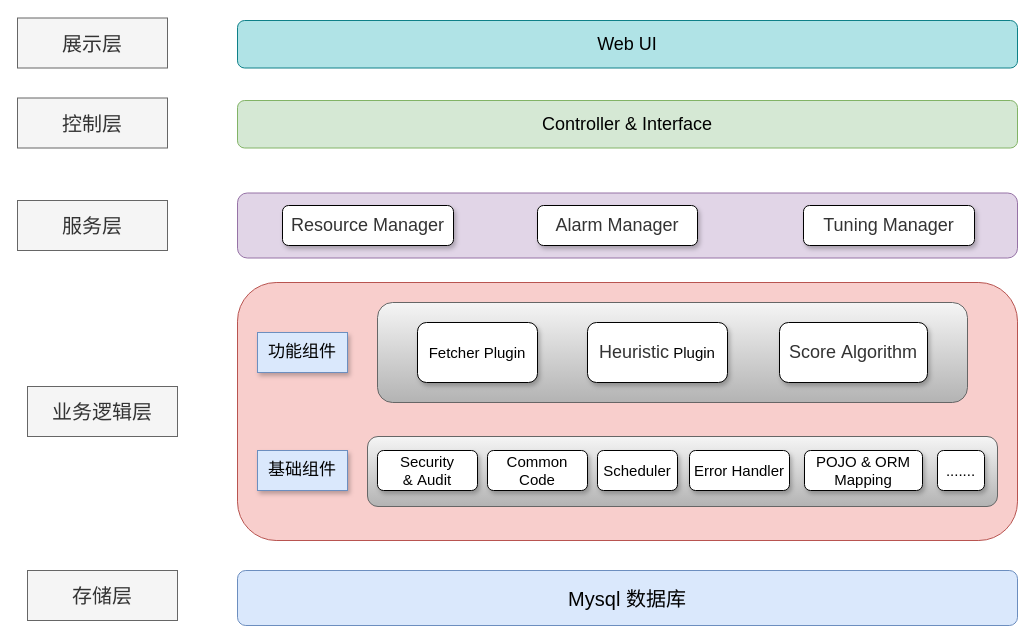
imperio-wxm/draw keeps this draw.io diagram as warship/Warship分层架构图.drawio. Above is the earlier version. Source tidied: cells renumbered, new cells numbered last; positions are measured from the earlier drawing's top-left corner, leaving out a move shared by most shapes. Both pictures are drawn from the tidied source at 100%, with x=0, y=0 at pixel (17, 18).
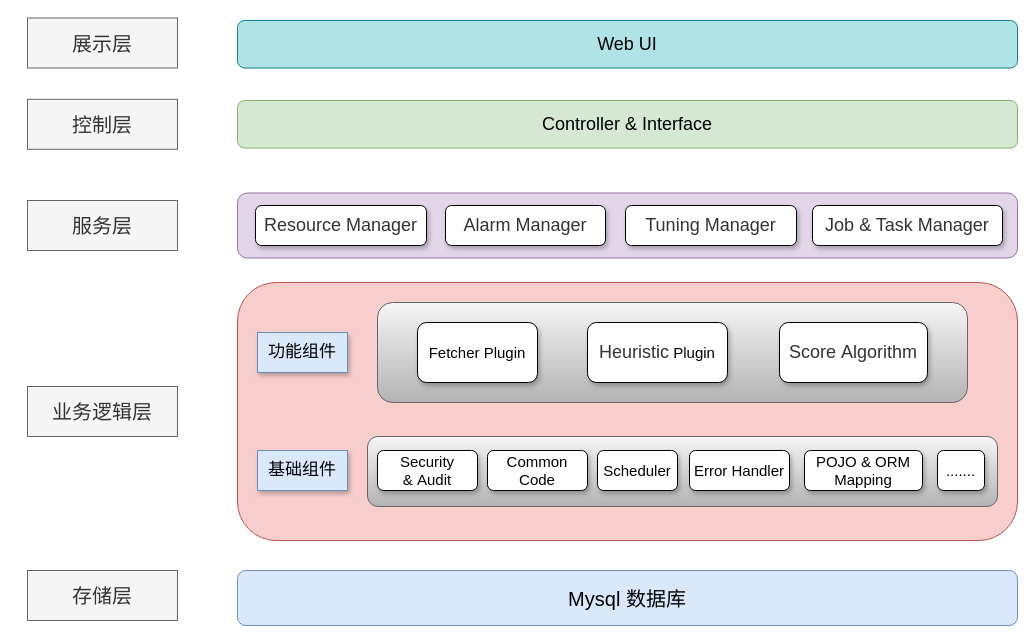
Above is the later version.

Commit message (it also covers changes not shown here):
Update Warship分层架构图.drawio

The edit, as a diff of the source:
```diff
@@
     <mxCell id="6" value="&lt;span style=&quot;font-size: 20px&quot;&gt;服务层&lt;/span&gt;" style="text;html=1;strokeColor=#666666;fillColor=#f5f5f5;align=center;verticalAlign=middle;whiteSpace=wrap;rounded=0;fontColor=#333333;" parent="1" vertex="1">
-      <mxGeometry y="182" width="150" height="50" as="geometry" />
+      <mxGeometry x="10" y="182" width="150" height="50" as="geometry" />
     </mxCell>
     <mxCell id="7" value="&lt;span style=&quot;font-size: 20px&quot;&gt;控制层&lt;/span&gt;" style="text;html=1;strokeColor=#666666;fillColor=#f5f5f5;align=center;verticalAlign=middle;whiteSpace=wrap;rounded=0;fontColor=#333333;" parent="1" vertex="1">
-      <mxGeometry y="79.5" width="150" height="50" as="geometry" />
+      <mxGeometry x="10" y="80.8" width="150" height="50" as="geometry" />
     </mxCell>
     <mxCell id="8" value="&lt;span style=&quot;font-size: 20px&quot;&gt;展示层&lt;/span&gt;" style="text;html=1;strokeColor=#666666;fillColor=#f5f5f5;align=center;verticalAlign=middle;whiteSpace=wrap;rounded=0;fontColor=#333333;" parent="1" vertex="1">
-      <mxGeometry y="-0.5" width="150" height="50" as="geometry" />
+      <mxGeometry x="10" y="-0.5" width="150" height="50" as="geometry" />
     </mxCell>
@@
     <mxCell id="23" value="&lt;span style=&quot;color: rgb(51 , 51 , 51) ; font-size: 18px&quot;&gt;Alarm Manager&lt;/span&gt;" style="rounded=1;whiteSpace=wrap;html=1;shadow=1;" parent="1" vertex="1">
-      <mxGeometry x="520" y="187" width="160" height="40" as="geometry" />
+      <mxGeometry x="428" y="187" width="160" height="40" as="geometry" />
     </mxCell>
     <mxCell id="24" value="&lt;span style=&quot;color: rgb(51 , 51 , 51) ; font-size: 18px&quot;&gt;Tuning Manager&lt;/span&gt;" style="rounded=1;whiteSpace=wrap;html=1;shadow=1;" parent="1" vertex="1">
-      <mxGeometry x="786" y="187" width="171" height="40" as="geometry" />
+      <mxGeometry x="608" y="187" width="171" height="40" as="geometry" />
     </mxCell>
     <mxCell id="25" value="&lt;span style=&quot;color: rgb(51 , 51 , 51) ; font-size: 18px&quot;&gt;Resource Manager&lt;/span&gt;" style="rounded=1;whiteSpace=wrap;html=1;shadow=1;" parent="1" vertex="1">
-      <mxGeometry x="265" y="187" width="171" height="40" as="geometry" />
+      <mxGeometry x="238" y="187" width="171" height="40" as="geometry" />
     </mxCell>
@@
+    <mxCell id="28" value="&lt;span style=&quot;color: rgb(51 , 51 , 51) ; font-size: 18px&quot;&gt;Job &amp;amp; Task Manager&lt;/span&gt;" style="rounded=1;whiteSpace=wrap;html=1;shadow=1;" parent="1" vertex="1">
+      <mxGeometry x="795" y="187" width="190" height="40" as="geometry" />
+    </mxCell>
```
